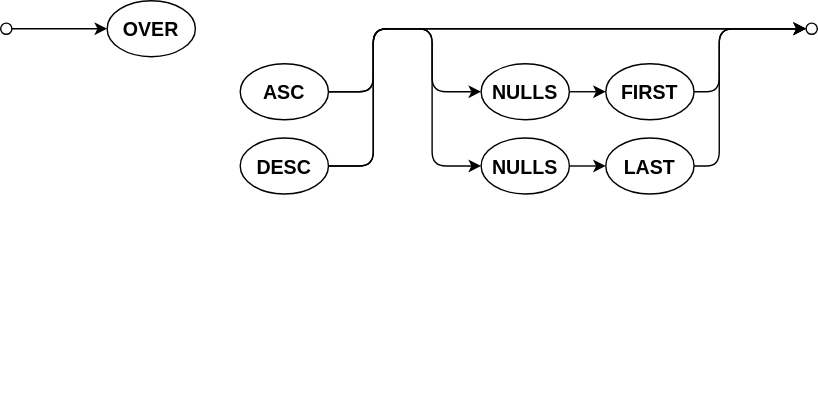
Before: assets/cxl/over-clause.drawio.svg, a diagram exported from draw.io (capire/docs). Source tidied: cells renumbered, new cells last; positions are measured from the earlier drawing's top-left corner, leaving out a move shared by most shapes. Its diagram source:
```xml
<mxGraphModel>
  <root>
    <mxCell id="0" />
    <mxCell id="1" parent="0" />
    <mxCell id="2" value="Best viewed with the &lt;a href=&quot;https://github.com/ariel-bentu/tam-drawio&quot;&gt;TAM plugin&lt;/a&gt;" style="text;html=1;shape=tamPluginMissing;" parent="1" vertex="1">
      <mxGeometry x="191.5" y="261" width="200" height="25" as="geometry" />
    </mxCell>
    <mxCell id="3" style="edgeStyle=none;" parent="1" edge="1" source="4" target="20">
      <mxGeometry relative="1" as="geometry" />
    </mxCell>
    <mxCell id="4" style="ellipse;strokeWidth=1;fontSize=14;verticalAlign=middle;fontStyle=1;textDirection=ltr;" parent="1" vertex="1">
      <mxGeometry y="16" width="8" height="8" as="geometry" />
    </mxCell>
    <mxCell id="5" style="ellipse;strokeWidth=1;fontSize=14;verticalAlign=middle;fontStyle=1;textDirection=ltr;" parent="1" vertex="1">
      <mxGeometry x="575" y="16" width="8" height="8" as="geometry" />
    </mxCell>
    <mxCell id="6" value="ASC" style="ellipse;align=center;newEdgeStyle={&quot;edgeStyle&quot;:&quot;entityRelationEdgeStyle&quot;,&quot;startArrow&quot;:&quot;none&quot;,&quot;endArrow&quot;:&quot;none&quot;,&quot;segment&quot;:10,&quot;curved&quot;:1,&quot;sourcePerimeterSpacing&quot;:0,&quot;targetPerimeterSpacing&quot;:0};textDirection=ltr;verticalAlign=middle;spacing=2;strokeWidth=1;fontSize=14;fontStyle=1;horizontal=1;labelBorderColor=none;textShadow=0;" parent="1" vertex="1">
      <mxGeometry x="171" y="45" width="63" height="40" as="geometry" />
    </mxCell>
    <mxCell id="7" value="DESC" style="ellipse;align=center;newEdgeStyle={&quot;edgeStyle&quot;:&quot;entityRelationEdgeStyle&quot;,&quot;startArrow&quot;:&quot;none&quot;,&quot;endArrow&quot;:&quot;none&quot;,&quot;segment&quot;:10,&quot;curved&quot;:1,&quot;sourcePerimeterSpacing&quot;:0,&quot;targetPerimeterSpacing&quot;:0};textDirection=ltr;verticalAlign=middle;spacing=2;strokeWidth=1;fontSize=14;fontStyle=1;horizontal=1;labelBorderColor=none;textShadow=0;" parent="1" vertex="1">
      <mxGeometry x="171" y="98" width="63" height="40" as="geometry" />
    </mxCell>
    <mxCell id="8" value="NULLS" style="ellipse;align=center;newEdgeStyle={&quot;edgeStyle&quot;:&quot;entityRelationEdgeStyle&quot;,&quot;startArrow&quot;:&quot;none&quot;,&quot;endArrow&quot;:&quot;none&quot;,&quot;segment&quot;:10,&quot;curved&quot;:1,&quot;sourcePerimeterSpacing&quot;:0,&quot;targetPerimeterSpacing&quot;:0};textDirection=ltr;verticalAlign=middle;spacing=2;strokeWidth=1;fontSize=14;fontStyle=1;horizontal=1;labelBorderColor=none;textShadow=0;" parent="1" vertex="1">
      <mxGeometry x="343" y="45" width="63" height="40" as="geometry" />
    </mxCell>
    <mxCell id="9" style="edgeStyle=orthogonalEdgeStyle;rounded=1;jettySize=auto;exitX=1;exitY=0.5;exitDx=0;exitDy=0;entryX=0;entryY=0.5;entryDx=0;entryDy=0;startArrow=none;startFill=0;endArrow=classic;endFill=1;startSize=6;endSize=6;align=center;fontSize=12;labelBackgroundColor=none;" parent="1" edge="1" source="6" target="5">
      <mxGeometry relative="1" as="geometry">
        <Array as="points">
          <mxPoint x="266" y="65" />
          <mxPoint x="266" y="20" />
        </Array>
      </mxGeometry>
    </mxCell>
    <mxCell id="10" style="edgeStyle=orthogonalEdgeStyle;rounded=1;jettySize=auto;exitX=1;exitY=0.5;exitDx=0;exitDy=0;entryX=0;entryY=0.5;entryDx=0;entryDy=0;startArrow=none;startFill=0;endArrow=classic;endFill=1;startSize=6;endSize=6;align=center;fontSize=12;labelBackgroundColor=none;" parent="1" edge="1" source="7" target="5">
      <mxGeometry relative="1" as="geometry">
        <Array as="points">
          <mxPoint x="266" y="118" />
          <mxPoint x="266" y="20" />
        </Array>
      </mxGeometry>
    </mxCell>
    <mxCell id="11" style="edgeStyle=orthogonalEdgeStyle;rounded=1;jettySize=auto;exitX=1;exitY=0.5;exitDx=0;exitDy=0;entryX=0;entryY=0.5;entryDx=0;entryDy=0;startArrow=none;startFill=0;endArrow=classic;endFill=1;startSize=6;endSize=6;align=center;fontSize=12;labelBackgroundColor=none;" parent="1" edge="1" source="6" target="8">
      <mxGeometry relative="1" as="geometry">
        <Array as="points">
          <mxPoint x="266" y="65" />
          <mxPoint x="266" y="20" />
          <mxPoint x="308" y="20" />
        </Array>
      </mxGeometry>
    </mxCell>
    <mxCell id="12" value="NULLS" style="ellipse;align=center;newEdgeStyle={&quot;edgeStyle&quot;:&quot;entityRelationEdgeStyle&quot;,&quot;startArrow&quot;:&quot;none&quot;,&quot;endArrow&quot;:&quot;none&quot;,&quot;segment&quot;:10,&quot;curved&quot;:1,&quot;sourcePerimeterSpacing&quot;:0,&quot;targetPerimeterSpacing&quot;:0};textDirection=ltr;verticalAlign=middle;spacing=2;strokeWidth=1;fontSize=14;fontStyle=1;horizontal=1;labelBorderColor=none;textShadow=0;" parent="1" vertex="1">
      <mxGeometry x="343" y="98" width="63" height="40" as="geometry" />
    </mxCell>
    <mxCell id="13" style="edgeStyle=orthogonalEdgeStyle;rounded=1;jettySize=auto;exitX=1;exitY=0.5;exitDx=0;exitDy=0;entryX=0;entryY=0.5;entryDx=0;entryDy=0;startArrow=none;startFill=0;endArrow=classic;endFill=1;startSize=6;endSize=6;align=center;fontSize=12;labelBackgroundColor=none;" parent="1" edge="1" source="7" target="12">
      <mxGeometry relative="1" as="geometry">
        <Array as="points">
          <mxPoint x="266" y="118" />
          <mxPoint x="266" y="20" />
          <mxPoint x="308" y="20" />
          <mxPoint x="308" y="118" />
        </Array>
      </mxGeometry>
    </mxCell>
    <mxCell id="14" value="FIRST" style="ellipse;align=center;newEdgeStyle={&quot;edgeStyle&quot;:&quot;entityRelationEdgeStyle&quot;,&quot;startArrow&quot;:&quot;none&quot;,&quot;endArrow&quot;:&quot;none&quot;,&quot;segment&quot;:10,&quot;curved&quot;:1,&quot;sourcePerimeterSpacing&quot;:0,&quot;targetPerimeterSpacing&quot;:0};textDirection=ltr;verticalAlign=middle;spacing=2;strokeWidth=1;fontSize=14;fontStyle=1;horizontal=1;labelBorderColor=none;textShadow=0;" parent="1" vertex="1">
      <mxGeometry x="432" y="45" width="63" height="40" as="geometry" />
    </mxCell>
    <mxCell id="15" value="LAST" style="ellipse;align=center;newEdgeStyle={&quot;edgeStyle&quot;:&quot;entityRelationEdgeStyle&quot;,&quot;startArrow&quot;:&quot;none&quot;,&quot;endArrow&quot;:&quot;none&quot;,&quot;segment&quot;:10,&quot;curved&quot;:1,&quot;sourcePerimeterSpacing&quot;:0,&quot;targetPerimeterSpacing&quot;:0};textDirection=ltr;verticalAlign=middle;spacing=2;strokeWidth=1;fontSize=14;fontStyle=1;horizontal=1;labelBorderColor=none;textShadow=0;" parent="1" vertex="1">
      <mxGeometry x="432" y="98" width="63" height="40" as="geometry" />
    </mxCell>
    <mxCell id="16" style="edgeStyle=orthogonalEdgeStyle;rounded=1;jettySize=auto;exitX=1;exitY=0.5;exitDx=0;exitDy=0;entryX=0;entryY=0.5;entryDx=0;entryDy=0;startArrow=none;startFill=0;endArrow=classic;endFill=1;startSize=6;endSize=6;align=center;fontSize=12;labelBackgroundColor=none;" parent="1" edge="1" source="8" target="14">
      <mxGeometry relative="1" as="geometry" />
    </mxCell>
    <mxCell id="17" style="edgeStyle=orthogonalEdgeStyle;rounded=1;jettySize=auto;exitX=1;exitY=0.5;exitDx=0;exitDy=0;entryX=0;entryY=0.5;entryDx=0;entryDy=0;startArrow=none;startFill=0;endArrow=classic;endFill=1;startSize=6;endSize=6;align=center;fontSize=12;labelBackgroundColor=none;" parent="1" edge="1" source="12" target="15">
      <mxGeometry relative="1" as="geometry" />
    </mxCell>
    <mxCell id="18" style="edgeStyle=orthogonalEdgeStyle;rounded=1;jettySize=auto;exitX=1;exitY=0.5;exitDx=0;exitDy=0;entryX=0;entryY=0.5;entryDx=0;entryDy=0;startArrow=none;startFill=0;endArrow=classic;endFill=1;startSize=6;endSize=6;align=center;fontSize=12;labelBackgroundColor=none;" parent="1" edge="1" source="14" target="5">
      <mxGeometry relative="1" as="geometry">
        <Array as="points">
          <mxPoint x="513" y="65" />
          <mxPoint x="513" y="20" />
        </Array>
      </mxGeometry>
    </mxCell>
    <mxCell id="19" style="edgeStyle=orthogonalEdgeStyle;rounded=1;jettySize=auto;exitX=1;exitY=0.5;exitDx=0;exitDy=0;entryX=0;entryY=0.5;entryDx=0;entryDy=0;startArrow=none;startFill=0;endArrow=classic;endFill=1;startSize=6;endSize=6;align=center;fontSize=12;labelBackgroundColor=none;" parent="1" edge="1" source="15" target="5">
      <mxGeometry relative="1" as="geometry">
        <Array as="points">
          <mxPoint x="513" y="118" />
          <mxPoint x="513" y="20" />
        </Array>
      </mxGeometry>
    </mxCell>
    <mxCell id="20" value="OVER" style="ellipse;align=center;newEdgeStyle={&quot;edgeStyle&quot;:&quot;entityRelationEdgeStyle&quot;,&quot;startArrow&quot;:&quot;none&quot;,&quot;endArrow&quot;:&quot;none&quot;,&quot;segment&quot;:10,&quot;curved&quot;:1,&quot;sourcePerimeterSpacing&quot;:0,&quot;targetPerimeterSpacing&quot;:0};textDirection=ltr;verticalAlign=middle;spacing=2;strokeWidth=1;fontSize=14;fontStyle=1;horizontal=1;labelBorderColor=none;textShadow=0;" parent="1" vertex="1">
      <mxGeometry x="76" width="63" height="40" as="geometry" />
    </mxCell>
  </root>
</mxGraphModel>
```
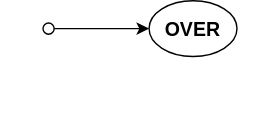
Later version of the same file.

Change to the diagram source:
```diff
@@ -3,94 +3,16 @@
     <mxCell id="0" />
     <mxCell id="1" parent="0" />
     <mxCell id="2" value="Best viewed with the &lt;a href=&quot;https://github.com/ariel-bentu/tam-drawio&quot;&gt;TAM plugin&lt;/a&gt;" style="text;html=1;shape=tamPluginMissing;" parent="1" vertex="1">
-      <mxGeometry x="191.5" y="261" width="200" height="25" as="geometry" />
+      <mxGeometry x="-562.5" y="663" width="200" height="25" as="geometry" />
     </mxCell>
-    <mxCell id="3" style="edgeStyle=none;" parent="1" edge="1" source="4" target="20">
-      <mxGeometry relative="1" as="geometry" />
-    </mxCell>
-    <mxCell id="4" style="ellipse;strokeWidth=1;fontSize=14;verticalAlign=middle;fontStyle=1;textDirection=ltr;" parent="1" vertex="1">
-      <mxGeometry y="16" width="8" height="8" as="geometry" />
-    </mxCell>
-    <mxCell id="5" style="ellipse;strokeWidth=1;fontSize=14;verticalAlign=middle;fontStyle=1;textDirection=ltr;" parent="1" vertex="1">
-      <mxGeometry x="575" y="16" width="8" height="8" as="geometry" />
-    </mxCell>
-    <mxCell id="6" value="ASC" style="ellipse;align=center;newEdgeStyle={&quot;edgeStyle&quot;:&quot;entityRelationEdgeStyle&quot;,&quot;startArrow&quot;:&quot;none&quot;,&quot;endArrow&quot;:&quot;none&quot;,&quot;segment&quot;:10,&quot;curved&quot;:1,&quot;sourcePerimeterSpacing&quot;:0,&quot;targetPerimeterSpacing&quot;:0};textDirection=ltr;verticalAlign=middle;spacing=2;strokeWidth=1;fontSize=14;fontStyle=1;horizontal=1;labelBorderColor=none;textShadow=0;" parent="1" vertex="1">
-      <mxGeometry x="171" y="45" width="63" height="40" as="geometry" />
-    </mxCell>
-    <mxCell id="7" value="DESC" style="ellipse;align=center;newEdgeStyle={&quot;edgeStyle&quot;:&quot;entityRelationEdgeStyle&quot;,&quot;startArrow&quot;:&quot;none&quot;,&quot;endArrow&quot;:&quot;none&quot;,&quot;segment&quot;:10,&quot;curved&quot;:1,&quot;sourcePerimeterSpacing&quot;:0,&quot;targetPerimeterSpacing&quot;:0};textDirection=ltr;verticalAlign=middle;spacing=2;strokeWidth=1;fontSize=14;fontStyle=1;horizontal=1;labelBorderColor=none;textShadow=0;" parent="1" vertex="1">
-      <mxGeometry x="171" y="98" width="63" height="40" as="geometry" />
-    </mxCell>
-    <mxCell id="8" value="NULLS" style="ellipse;align=center;newEdgeStyle={&quot;edgeStyle&quot;:&quot;entityRelationEdgeStyle&quot;,&quot;startArrow&quot;:&quot;none&quot;,&quot;endArrow&quot;:&quot;none&quot;,&quot;segment&quot;:10,&quot;curved&quot;:1,&quot;sourcePerimeterSpacing&quot;:0,&quot;targetPerimeterSpacing&quot;:0};textDirection=ltr;verticalAlign=middle;spacing=2;strokeWidth=1;fontSize=14;fontStyle=1;horizontal=1;labelBorderColor=none;textShadow=0;" parent="1" vertex="1">
-      <mxGeometry x="343" y="45" width="63" height="40" as="geometry" />
-    </mxCell>
-    <mxCell id="9" style="edgeStyle=orthogonalEdgeStyle;rounded=1;jettySize=auto;exitX=1;exitY=0.5;exitDx=0;exitDy=0;entryX=0;entryY=0.5;entryDx=0;entryDy=0;startArrow=none;startFill=0;endArrow=classic;endFill=1;startSize=6;endSize=6;align=center;fontSize=12;labelBackgroundColor=none;" parent="1" edge="1" source="6" target="5">
-      <mxGeometry relative="1" as="geometry">
-        <Array as="points">
-          <mxPoint x="266" y="65" />
-          <mxPoint x="266" y="20" />
-        </Array>
-      </mxGeometry>
-    </mxCell>
-    <mxCell id="10" style="edgeStyle=orthogonalEdgeStyle;rounded=1;jettySize=auto;exitX=1;exitY=0.5;exitDx=0;exitDy=0;entryX=0;entryY=0.5;entryDx=0;entryDy=0;startArrow=none;startFill=0;endArrow=classic;endFill=1;startSize=6;endSize=6;align=center;fontSize=12;labelBackgroundColor=none;" parent="1" edge="1" source="7" target="5">
-      <mxGeometry relative="1" as="geometry">
-        <Array as="points">
-          <mxPoint x="266" y="118" />
-          <mxPoint x="266" y="20" />
-        </Array>
-      </mxGeometry>
-    </mxCell>
-    <mxCell id="11" style="edgeStyle=orthogonalEdgeStyle;rounded=1;jettySize=auto;exitX=1;exitY=0.5;exitDx=0;exitDy=0;entryX=0;entryY=0.5;entryDx=0;entryDy=0;startArrow=none;startFill=0;endArrow=classic;endFill=1;startSize=6;endSize=6;align=center;fontSize=12;labelBackgroundColor=none;" parent="1" edge="1" source="6" target="8">
-      <mxGeometry relative="1" as="geometry">
-        <Array as="points">
-          <mxPoint x="266" y="65" />
-          <mxPoint x="266" y="20" />
-          <mxPoint x="308" y="20" />
-        </Array>
-      </mxGeometry>
-    </mxCell>
-    <mxCell id="12" value="NULLS" style="ellipse;align=center;newEdgeStyle={&quot;edgeStyle&quot;:&quot;entityRelationEdgeStyle&quot;,&quot;startArrow&quot;:&quot;none&quot;,&quot;endArrow&quot;:&quot;none&quot;,&quot;segment&quot;:10,&quot;curved&quot;:1,&quot;sourcePerimeterSpacing&quot;:0,&quot;targetPerimeterSpacing&quot;:0};textDirection=ltr;verticalAlign=middle;spacing=2;strokeWidth=1;fontSize=14;fontStyle=1;horizontal=1;labelBorderColor=none;textShadow=0;" parent="1" vertex="1">
-      <mxGeometry x="343" y="98" width="63" height="40" as="geometry" />
-    </mxCell>
-    <mxCell id="13" style="edgeStyle=orthogonalEdgeStyle;rounded=1;jettySize=auto;exitX=1;exitY=0.5;exitDx=0;exitDy=0;entryX=0;entryY=0.5;entryDx=0;entryDy=0;startArrow=none;startFill=0;endArrow=classic;endFill=1;startSize=6;endSize=6;align=center;fontSize=12;labelBackgroundColor=none;" parent="1" edge="1" source="7" target="12">
-      <mxGeometry relative="1" as="geometry">
-        <Array as="points">
-          <mxPoint x="266" y="118" />
-          <mxPoint x="266" y="20" />
-          <mxPoint x="308" y="20" />
-          <mxPoint x="308" y="118" />
-        </Array>
-      </mxGeometry>
-    </mxCell>
-    <mxCell id="14" value="FIRST" style="ellipse;align=center;newEdgeStyle={&quot;edgeStyle&quot;:&quot;entityRelationEdgeStyle&quot;,&quot;startArrow&quot;:&quot;none&quot;,&quot;endArrow&quot;:&quot;none&quot;,&quot;segment&quot;:10,&quot;curved&quot;:1,&quot;sourcePerimeterSpacing&quot;:0,&quot;targetPerimeterSpacing&quot;:0};textDirection=ltr;verticalAlign=middle;spacing=2;strokeWidth=1;fontSize=14;fontStyle=1;horizontal=1;labelBorderColor=none;textShadow=0;" parent="1" vertex="1">
-      <mxGeometry x="432" y="45" width="63" height="40" as="geometry" />
-    </mxCell>
-    <mxCell id="15" value="LAST" style="ellipse;align=center;newEdgeStyle={&quot;edgeStyle&quot;:&quot;entityRelationEdgeStyle&quot;,&quot;startArrow&quot;:&quot;none&quot;,&quot;endArrow&quot;:&quot;none&quot;,&quot;segment&quot;:10,&quot;curved&quot;:1,&quot;sourcePerimeterSpacing&quot;:0,&quot;targetPerimeterSpacing&quot;:0};textDirection=ltr;verticalAlign=middle;spacing=2;strokeWidth=1;fontSize=14;fontStyle=1;horizontal=1;labelBorderColor=none;textShadow=0;" parent="1" vertex="1">
-      <mxGeometry x="432" y="98" width="63" height="40" as="geometry" />
-    </mxCell>
-    <mxCell id="16" style="edgeStyle=orthogonalEdgeStyle;rounded=1;jettySize=auto;exitX=1;exitY=0.5;exitDx=0;exitDy=0;entryX=0;entryY=0.5;entryDx=0;entryDy=0;startArrow=none;startFill=0;endArrow=classic;endFill=1;startSize=6;endSize=6;align=center;fontSize=12;labelBackgroundColor=none;" parent="1" edge="1" source="8" target="14">
-      <mxGeometry relative="1" as="geometry" />
-    </mxCell>
-    <mxCell id="17" style="edgeStyle=orthogonalEdgeStyle;rounded=1;jettySize=auto;exitX=1;exitY=0.5;exitDx=0;exitDy=0;entryX=0;entryY=0.5;entryDx=0;entryDy=0;startArrow=none;startFill=0;endArrow=classic;endFill=1;startSize=6;endSize=6;align=center;fontSize=12;labelBackgroundColor=none;" parent="1" edge="1" source="12" target="15">
-      <mxGeometry relative="1" as="geometry" />
-    </mxCell>
-    <mxCell id="18" style="edgeStyle=orthogonalEdgeStyle;rounded=1;jettySize=auto;exitX=1;exitY=0.5;exitDx=0;exitDy=0;entryX=0;entryY=0.5;entryDx=0;entryDy=0;startArrow=none;startFill=0;endArrow=classic;endFill=1;startSize=6;endSize=6;align=center;fontSize=12;labelBackgroundColor=none;" parent="1" edge="1" source="14" target="5">
-      <mxGeometry relative="1" as="geometry">
-        <Array as="points">
-          <mxPoint x="513" y="65" />
-          <mxPoint x="513" y="20" />
-        </Array>
-      </mxGeometry>
-    </mxCell>
-    <mxCell id="19" style="edgeStyle=orthogonalEdgeStyle;rounded=1;jettySize=auto;exitX=1;exitY=0.5;exitDx=0;exitDy=0;entryX=0;entryY=0.5;entryDx=0;entryDy=0;startArrow=none;startFill=0;endArrow=classic;endFill=1;startSize=6;endSize=6;align=center;fontSize=12;labelBackgroundColor=none;" parent="1" edge="1" source="15" target="5">
-      <mxGeometry relative="1" as="geometry">
-        <Array as="points">
-          <mxPoint x="513" y="118" />
-          <mxPoint x="513" y="20" />
-        </Array>
-      </mxGeometry>
-    </mxCell>
+    <mxCell id="21" style="edgeStyle=none;" parent="1" edge="1" source="22" target="20">
+      <mxGeometry relative="1" as="geometry" />
+    </mxCell>
+    <mxCell id="22" style="ellipse;strokeWidth=1;fontSize=14;verticalAlign=middle;fontStyle=1;textDirection=ltr;" parent="1" vertex="1">
+      <mxGeometry x="-532" y="609" width="8" height="8" as="geometry" />
+    </mxCell>
     <mxCell id="20" value="OVER" style="ellipse;align=center;newEdgeStyle={&quot;edgeStyle&quot;:&quot;entityRelationEdgeStyle&quot;,&quot;startArrow&quot;:&quot;none&quot;,&quot;endArrow&quot;:&quot;none&quot;,&quot;segment&quot;:10,&quot;curved&quot;:1,&quot;sourcePerimeterSpacing&quot;:0,&quot;targetPerimeterSpacing&quot;:0};textDirection=ltr;verticalAlign=middle;spacing=2;strokeWidth=1;fontSize=14;fontStyle=1;horizontal=1;labelBorderColor=none;textShadow=0;" parent="1" vertex="1">
-      <mxGeometry x="76" width="63" height="40" as="geometry" />
+      <mxGeometry x="-456" y="593" width="63" height="40" as="geometry" />
     </mxCell>
   </root>
 </mxGraphModel>
```
